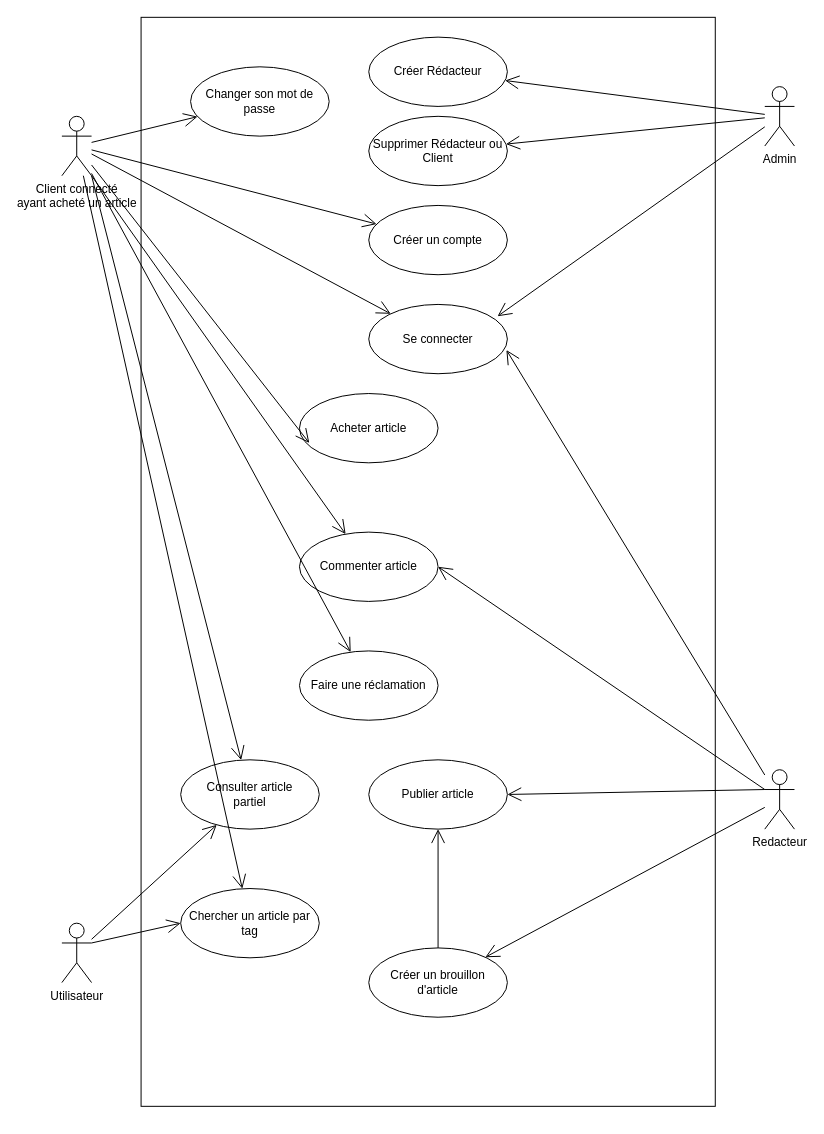
This is diagrams/Cas d utilisation.drawio from Wathil/POECNews, a draw.io file, before an edit. Source tidied: cells renumbered, new cells numbered last; positions are measured from the earlier drawing's top-left corner, leaving out a move shared by most shapes. Both pictures are drawn from the tidied source at 99%, with x=0, y=0 at pixel (61, 17).
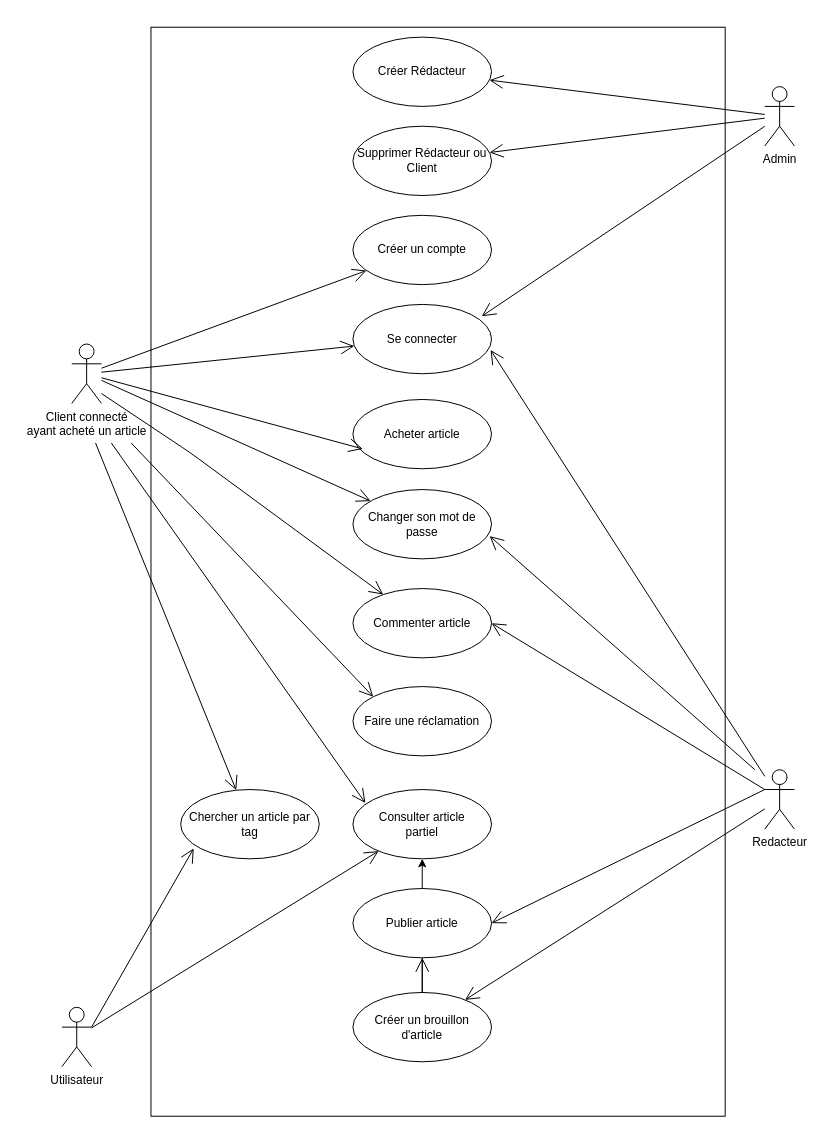
After the change.

Diff of the diagram source:
```diff
@@
     <mxCell id="2" style="rounded=0;whiteSpace=wrap;html=1;" parent="1" vertex="1">
-      <mxGeometry x="80" width="580" height="1100" as="geometry" />
+      <mxGeometry x="90" y="10" width="580" height="1100" as="geometry" />
     </mxCell>
     <mxCell id="3" value="Utilisateur" style="shape=umlActor;verticalLabelPosition=bottom;verticalAlign=top;html=1;outlineConnect=0;" parent="1" vertex="1">
-      <mxGeometry y="915" width="30" height="60" as="geometry" />
+      <mxGeometry y="1000" width="30" height="60" as="geometry" />
     </mxCell>
@@
     <mxCell id="6" value="Client connecté &lt;br&gt;ayant acheté un article" style="shape=umlActor;verticalLabelPosition=bottom;verticalAlign=top;html=1;outlineConnect=0;" parent="1" vertex="1">
-      <mxGeometry y="100" width="30" height="60" as="geometry" />
+      <mxGeometry x="10" y="330" width="30" height="60" as="geometry" />
     </mxCell>
     <mxCell id="7" value="Créer Rédacteur" style="ellipse;whiteSpace=wrap;html=1;" parent="1" vertex="1">
-      <mxGeometry x="310" y="20" width="140" height="70" as="geometry" />
+      <mxGeometry x="294" y="20" width="140" height="70" as="geometry" />
     </mxCell>
@@
     <mxCell id="9" value="Se connecter" style="ellipse;whiteSpace=wrap;html=1;" parent="1" vertex="1">
-      <mxGeometry x="310" y="290" width="140" height="70" as="geometry" />
+      <mxGeometry x="294" y="290" width="140" height="70" as="geometry" />
     </mxCell>
@@
+    <mxCell id="37" style="edgeStyle=orthogonalEdgeStyle;rounded=0;jettySize=auto;html=1;" parent="1" edge="1" source="13" target="18">
+      <mxGeometry relative="1" as="geometry" />
+    </mxCell>
     <mxCell id="13" value="Créer un brouillon d'article" style="ellipse;whiteSpace=wrap;html=1;" parent="1" vertex="1">
-      <mxGeometry x="310" y="940" width="140" height="70" as="geometry" />
+      <mxGeometry x="294" y="985" width="140" height="70" as="geometry" />
     </mxCell>
@@
     <mxCell id="15" value="Publier article" style="ellipse;whiteSpace=wrap;html=1;" parent="1" vertex="1">
-      <mxGeometry x="310" y="750" width="140" height="70" as="geometry" />
+      <mxGeometry x="294" y="880" width="140" height="70" as="geometry" />
     </mxCell>
@@
     <mxCell id="18" value="Consulter article&lt;br&gt;partiel" style="ellipse;whiteSpace=wrap;html=1;" parent="1" vertex="1">
-      <mxGeometry x="120" y="750" width="140" height="70" as="geometry" />
+      <mxGeometry x="294" y="780" width="140" height="70" as="geometry" />
     </mxCell>
-    <mxCell id="19" style="endArrow=open;endFill=1;endSize=12;html=1;exitX=1;exitY=1;exitDx=0;exitDy=0;exitPerimeter=0;" parent="1" edge="1" source="6" target="18">
-      <mxGeometry relative="1" as="geometry" />
+    <mxCell id="19" style="endArrow=open;endFill=1;endSize=12;html=1;entryX=0.09;entryY=0.195;entryDx=0;entryDy=0;entryPerimeter=0;" parent="1" edge="1" target="18">
+      <mxGeometry relative="1" as="geometry">
+        <mxPoint x="50" y="430" as="sourcePoint" />
+      </mxGeometry>
     </mxCell>
@@
     <mxCell id="21" value="Acheter article" style="ellipse;whiteSpace=wrap;html=1;" parent="1" vertex="1">
-      <mxGeometry x="240" y="380" width="140" height="70" as="geometry" />
+      <mxGeometry x="294" y="386" width="140" height="70" as="geometry" />
     </mxCell>
@@
     <mxCell id="23" value="Commenter article" style="ellipse;whiteSpace=wrap;html=1;" parent="1" vertex="1">
-      <mxGeometry x="240" y="520" width="140" height="70" as="geometry" />
+      <mxGeometry x="294" y="577" width="140" height="70" as="geometry" />
     </mxCell>
-    <mxCell id="24" style="endArrow=open;endFill=1;endSize=12;html=1;exitX=1;exitY=1;exitDx=0;exitDy=0;exitPerimeter=0;" parent="1" edge="1" source="6" target="23">
-      <mxGeometry relative="1" as="geometry" />
+    <mxCell id="24" style="endArrow=open;endFill=1;endSize=12;html=1;" parent="1" edge="1" target="23">
+      <mxGeometry relative="1" as="geometry">
+        <mxPoint x="40" y="380" as="sourcePoint" />
+        <Array as="points">
+          <mxPoint x="130" y="440" />
+        </Array>
+      </mxGeometry>
     </mxCell>
@@
     <mxCell id="26" value="Faire une réclamation" style="ellipse;whiteSpace=wrap;html=1;" parent="1" vertex="1">
-      <mxGeometry x="240" y="640" width="140" height="70" as="geometry" />
+      <mxGeometry x="294" y="676" width="140" height="70" as="geometry" />
     </mxCell>
-    <mxCell id="27" style="endArrow=open;endFill=1;endSize=12;html=1;" parent="1" edge="1" source="6" target="26">
-      <mxGeometry relative="1" as="geometry" />
+    <mxCell id="27" style="endArrow=open;endFill=1;endSize=12;html=1;entryX=0;entryY=0;entryDx=0;entryDy=0;" parent="1" edge="1" target="26">
+      <mxGeometry relative="1" as="geometry">
+        <mxPoint x="70" y="430" as="sourcePoint" />
+      </mxGeometry>
     </mxCell>
     <mxCell id="28" value="Chercher un article par tag" style="ellipse;whiteSpace=wrap;html=1;" parent="1" vertex="1">
-      <mxGeometry x="120" y="880" width="140" height="70" as="geometry" />
+      <mxGeometry x="120" y="780" width="140" height="70" as="geometry" />
     </mxCell>
-    <mxCell id="29" style="endArrow=open;endFill=1;endSize=12;html=1;exitX=1;exitY=0.3333333333333333;exitDx=0;exitDy=0;exitPerimeter=0;entryX=0;entryY=0.5;entryDx=0;entryDy=0;" parent="1" edge="1" source="3" target="28">
+    <mxCell id="29" style="endArrow=open;endFill=1;endSize=12;html=1;exitX=1;exitY=0.3333333333333333;exitDx=0;exitDy=0;exitPerimeter=0;entryX=0.094;entryY=0.849;entryDx=0;entryDy=0;entryPerimeter=0;" parent="1" edge="1" source="3" target="28">
       <mxGeometry relative="1" as="geometry" />
     </mxCell>
-    <mxCell id="30" style="endArrow=open;endFill=1;endSize=12;html=1;" parent="1" edge="1" source="6" target="28">
-      <mxGeometry relative="1" as="geometry" />
+    <mxCell id="30" style="endArrow=open;endFill=1;endSize=12;html=1;" parent="1" edge="1" target="28">
+      <mxGeometry relative="1" as="geometry">
+        <mxPoint x="34" y="430" as="sourcePoint" />
+      </mxGeometry>
     </mxCell>
     <mxCell id="31" value="Supprimer Rédacteur ou Client" style="ellipse;whiteSpace=wrap;html=1;" parent="1" vertex="1">
-      <mxGeometry x="310" y="100" width="140" height="70" as="geometry" />
+      <mxGeometry x="294" y="110" width="140" height="70" as="geometry" />
     </mxCell>
@@
     <mxCell id="33" value="Créer un compte" style="ellipse;whiteSpace=wrap;html=1;" parent="1" vertex="1">
-      <mxGeometry x="310" y="190" width="140" height="70" as="geometry" />
+      <mxGeometry x="294" y="200" width="140" height="70" as="geometry" />
     </mxCell>
@@
     <mxCell id="35" value="Changer son mot de passe" style="ellipse;whiteSpace=wrap;html=1;" parent="1" vertex="1">
-      <mxGeometry x="130" y="50" width="140" height="70" as="geometry" />
+      <mxGeometry x="294" y="477" width="140" height="70" as="geometry" />
     </mxCell>
@@
+    <mxCell id="38" style="endArrow=open;endFill=1;endSize=12;html=1;entryX=0.986;entryY=0.671;entryDx=0;entryDy=0;entryPerimeter=0;" parent="1" edge="1" target="35">
+      <mxGeometry relative="1" as="geometry">
+        <mxPoint x="700" y="760" as="sourcePoint" />
+      </mxGeometry>
+    </mxCell>
```
